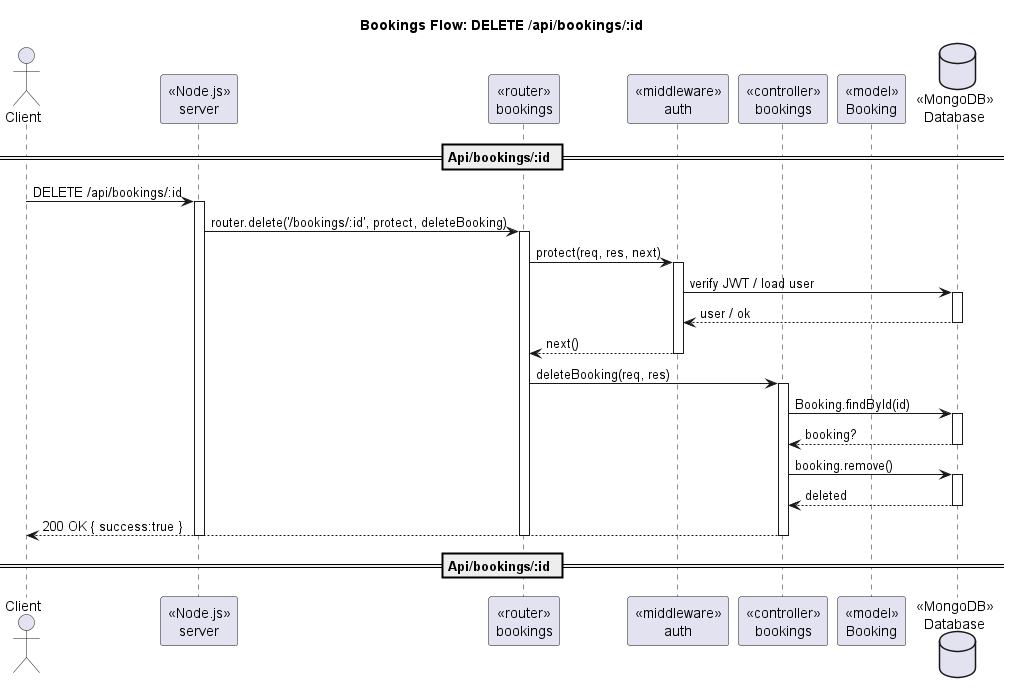
Earlier version of the PlantUML export out/docs/diagram/sequence/seq_bookings_id_delete.png (098ff/ArtmaybeDEV).
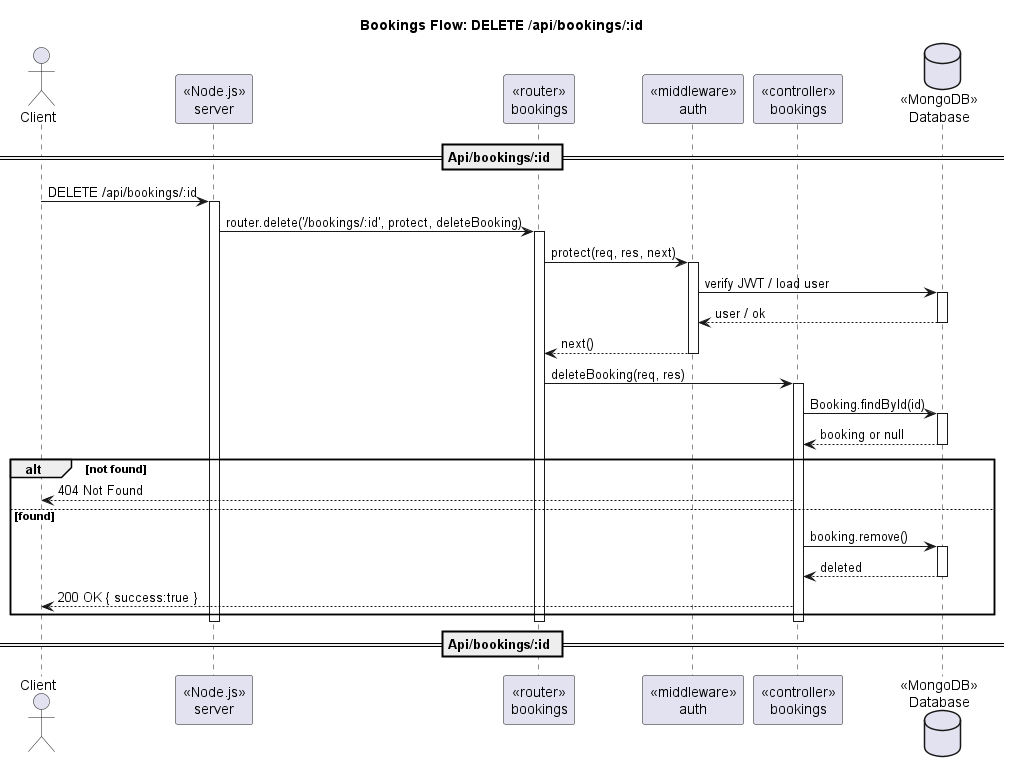
After the change.

The edit, as a diff of the source:
```diff
@@ -5,7 +5,6 @@
 participant "«router»\nbookings" as Router
 participant "«middleware»\nauth" as AuthMW
 participant "«controller»\nbookings" as Ctrl
-participant "«model»\nBooking" as BookingModel
 database "«MongoDB»\nDatabase" as DB
 
 == Api/bookings/:id ==
@@ -25,13 +24,17 @@
 activate Ctrl
 Ctrl -> DB : Booking.findById(id)
 activate DB
-DB --> Ctrl : booking?
+DB --> Ctrl : booking or null
 deactivate DB
-Ctrl -> DB : booking.remove()
-activate DB
-DB --> Ctrl : deleted
-deactivate DB
-Ctrl --> Client : 200 OK { success:true }
+alt not found
+  Ctrl --> Client : 404 Not Found
+else found
+  Ctrl -> DB : booking.remove()
+  activate DB
+  DB --> Ctrl : deleted
+  deactivate DB
+  Ctrl --> Client : 200 OK { success:true }
+end
 deactivate Ctrl
 deactivate Router
 deactivate Server
```
